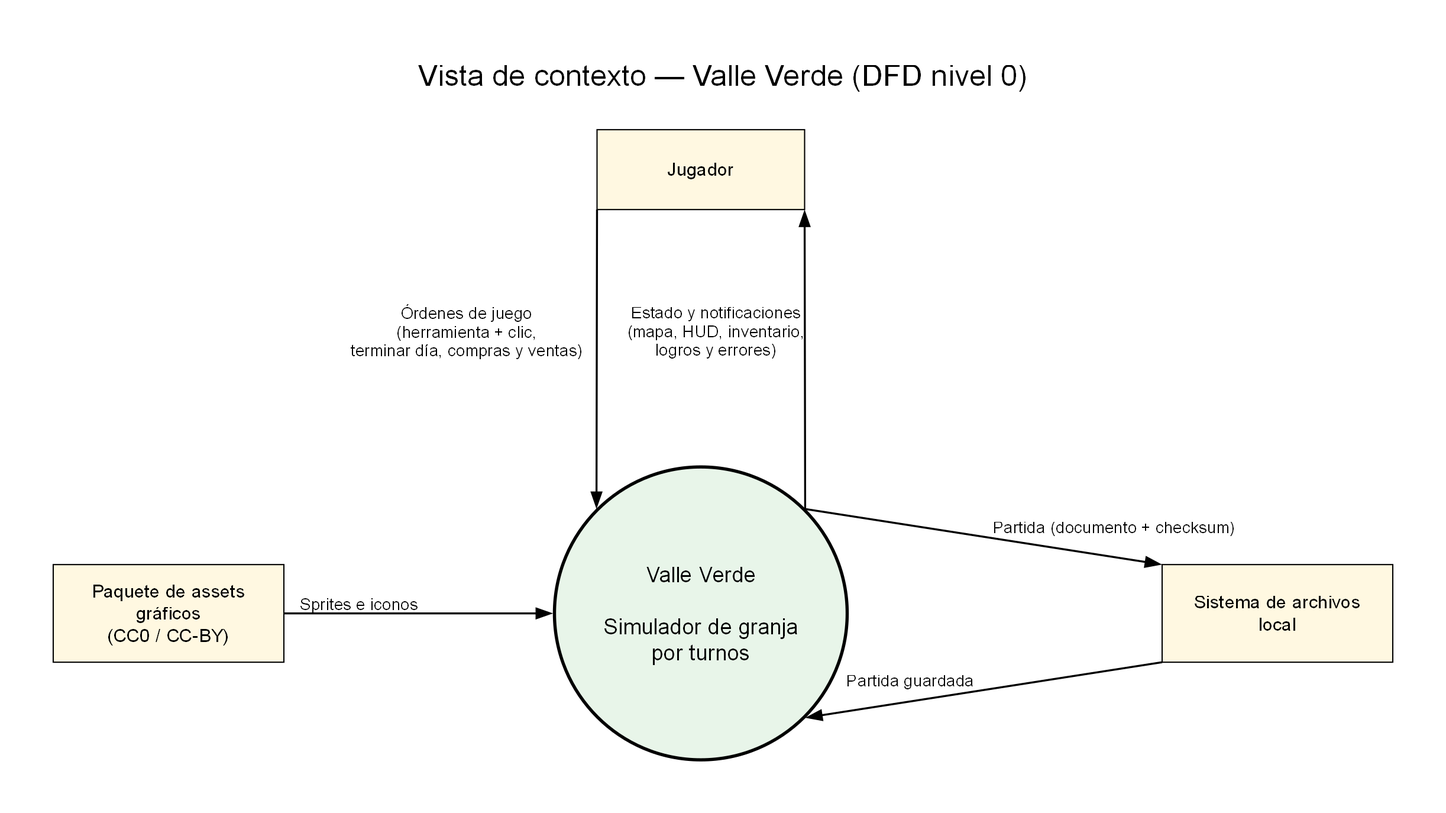
This is docs/diagramas/01_vista_contexto.png from MarioZaMu/valle-verde, a PlantUML export, as it was before one commit. Its source is kept beside it as docs/diagramas/01_vista_contexto.puml.
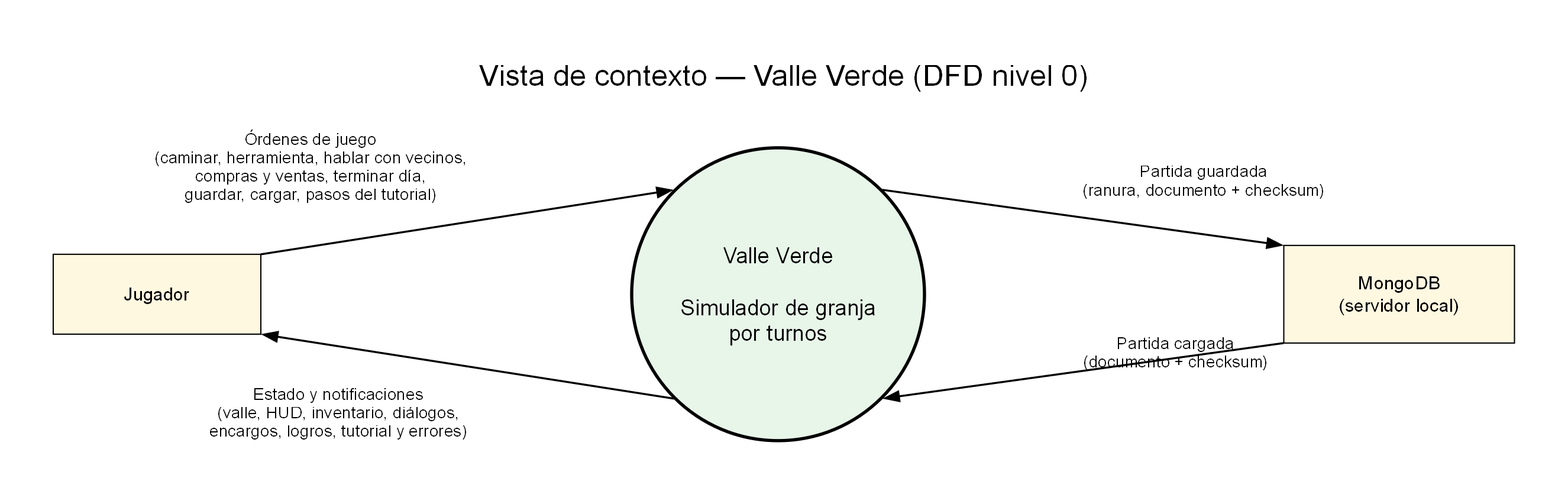
Above is the later version.

What changed in the source:
```diff
@@ -1,8 +1,10 @@
 @startdot
 /'
-  Vista 1 — Contexto (DFD nivel 0)  ·  Cubre: OBJ-01, alcance de VISION_ALCANCE §4-5
+  Vista 1 — Contexto (DFD nivel 0)  ·  Cubre: OBJ-01, alcance de VISION_ALCANCE §4-5; HU-29, HU-30, HU-45, HU-46, HU-49
   Reglas (guía del curso): un solo círculo, sin nada dentro; una caja por entidad externa;
   una flecha por dato y dirección rotulada con sustantivo; sin flechas entre entidades externas.
+  Fase 5.7: las partidas viven en MongoDB (no en archivos) y los sprites son propios y van dentro del jar,
+  así que ya no son una entidad externa.
   Posiciones fijadas a mano (layout=neato, pos="x,y!") para que ningún rótulo se superponga.
 '/
 digraph contexto {
@@ -11,19 +13,16 @@
   node  [fontname="Arial", fontsize=15];
   edge  [fontname="Arial", fontsize=13, arrowsize=1.1, penwidth=1.6];
 
-  jugador [label="Jugador", shape=box, width=2.34, height=0.9, pos="5.5,7.2!", style=filled, fillcolor="#FFF8E1"];
-  assets  [label="Paquete de assets\ngráficos\n(CC0 / CC-BY)", shape=box, width=2.6, height=1.1, pos="-0.5,2.2!", style=filled, fillcolor="#FFF8E1"];
-  archivos[label="Sistema de archivos\nlocal", shape=box, width=2.6, height=1.1, pos="12,2.2!", style=filled, fillcolor="#FFF8E1"];
+  jugador [label="Jugador", shape=box, width=2.34, height=0.9, pos="-1.5,2.2!", style=filled, fillcolor="#FFF8E1"];
+  mongo   [label="MongoDB\n(servidor local)", shape=box, width=2.6, height=1.1, pos="12.5,2.2!", style=filled, fillcolor="#FFF8E1"];
 
   sistema [label="Valle Verde\n\nSimulador de granja\npor turnos", shape=circle, width=3.3, fixedsize=true,
            pos="5.5,2.2!", style=filled, fillcolor="#E8F5E9", penwidth=2.6, fontsize=18];
 
-  jugador:sw -> sistema:nw [label="Órdenes de juego   \n(herramienta + clic,   \nterminar día, compras y ventas)   ", fontsize=13];
-  sistema:ne -> jugador:se [label="   Estado y notificaciones\n   (mapa, HUD, inventario,\n   logros y errores)"];
+  jugador:ne -> sistema:nw [label="Órdenes de juego\n(caminar, herramienta, hablar con vecinos,\ncompras y ventas, terminar día,\nguardar, cargar, pasos del tutorial)\n "];
+  sistema:sw -> jugador:se [label=" \nEstado y notificaciones\n(valle, HUD, inventario, diálogos,\nencargos, logros, tutorial y errores)"];
 
-  assets:e -> sistema:w [label="Sprites e iconos", labelfloat=false];
-
-  sistema:ne -> archivos:nw [label="  Partida (documento + checksum)  "];
-  archivos:sw -> sistema:se [xlabel="Partida guardada  "];
+  sistema:ne -> mongo:nw [label="Partida guardada\n(ranura, documento + checksum)\n "];
+  mongo:sw -> sistema:se [label=" \nPartida cargada\n(documento + checksum)"];
 }
 @enddot
```
